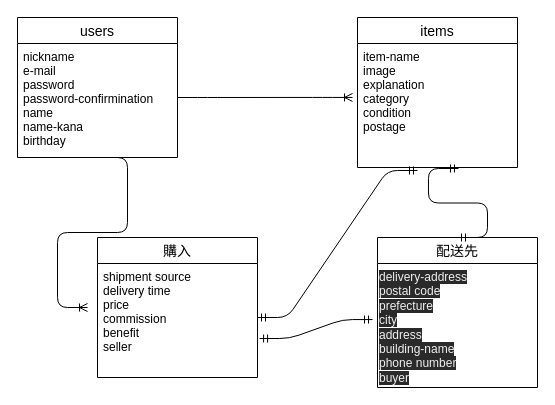
Before: er.dio in taku113/furima-37377, a draw.io diagram. Source tidied: cells renumbered, new cells numbered last; positions are measured from the earlier drawing's top-left corner, leaving out a move shared by most shapes. Both pictures are drawn from the tidied source at 100%, with x=0, y=0 at pixel (17, 17).
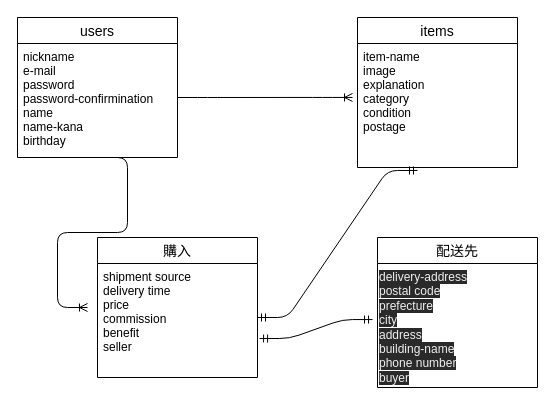
The same page after the edit.

Change to the diagram source:
```diff
@@
 <mxGraphModel>
   <root>
     <mxCell id="0" />
     <mxCell id="1" parent="0" />
     <mxCell id="2" value="users" style="swimlane;fontStyle=0;horizontal=1;startSize=26;align=center;fontSize=14;" parent="1" vertex="1">
       <mxGeometry width="160" height="140" as="geometry" />
     </mxCell>
     <mxCell id="3" value="nickname&#10;e-mail&#10;password&#10;password-confirmination&#10;name&#10;name-kana&#10;birthday&#10;" style="text;strokeColor=none;fillColor=none;spacingLeft=4;spacingRight=4;overflow=hidden;points=[[0,0.5],[1,0.5]];portConstraint=eastwest;fontSize=12;" parent="2" vertex="1">
       <mxGeometry y="26" width="160" height="114" as="geometry" />
     </mxCell>
     <mxCell id="4" style="edgeStyle=entityRelationEdgeStyle;fontSize=12;html=1;endArrow=ERoneToMany;exitX=0.5;exitY=1;exitDx=0;exitDy=0;exitPerimeter=0;" parent="2" edge="1" source="3">
       <mxGeometry relative="1" as="geometry">
         <mxPoint x="70" y="290" as="targetPoint" />
       </mxGeometry>
     </mxCell>
     <mxCell id="5" value="items" style="swimlane;fontStyle=0;horizontal=1;startSize=26;align=center;fontSize=14;" parent="1" vertex="1">
       <mxGeometry x="340" width="160" height="150" as="geometry" />
     </mxCell>
     <mxCell id="6" value="item-name&#10;image&#10;explanation&#10;category&#10;condition&#10;postage&#10;" style="text;strokeColor=none;fillColor=none;spacingLeft=4;spacingRight=4;overflow=hidden;points=[[0,0.5],[1,0.5]];portConstraint=eastwest;fontSize=12;" parent="5" vertex="1">
       <mxGeometry y="26" width="160" height="124" as="geometry" />
     </mxCell>
     <mxCell id="7" value="購入" style="swimlane;fontStyle=0;horizontal=1;startSize=26;align=center;fontSize=14;" parent="1" vertex="1">
       <mxGeometry x="80" y="220" width="160" height="140" as="geometry" />
     </mxCell>
     <mxCell id="8" value="shipment source&#10;delivery time&#10;price&#10;commission&#10;benefit&#10;seller&#10;&#10;" style="text;strokeColor=none;fillColor=none;spacingLeft=4;spacingRight=4;overflow=hidden;points=[[0,0.5],[1,0.5]];portConstraint=eastwest;fontSize=12;" parent="7" vertex="1">
       <mxGeometry y="26" width="160" height="114" as="geometry" />
     </mxCell>
     <mxCell id="9" value="配送先" style="swimlane;fontStyle=0;horizontal=1;startSize=26;align=center;fontSize=14;" parent="1" vertex="1">
       <mxGeometry x="360" y="220" width="160" height="150" as="geometry" />
     </mxCell>
     <mxCell id="10" value="&lt;span style=&quot;color: rgb(240 , 240 , 240) ; font-family: &amp;#34;helvetica&amp;#34; ; font-size: 12px ; font-style: normal ; font-weight: 400 ; letter-spacing: normal ; text-align: left ; text-indent: 0px ; text-transform: none ; word-spacing: 0px ; background-color: rgb(42 , 42 , 42) ; display: inline ; float: none&quot;&gt;delivery-address&lt;/span&gt;&lt;br style=&quot;padding: 0px ; margin: 0px ; color: rgb(240 , 240 , 240) ; font-family: &amp;#34;helvetica&amp;#34; ; font-size: 12px ; font-style: normal ; font-weight: 400 ; letter-spacing: normal ; text-align: left ; text-indent: 0px ; text-transform: none ; word-spacing: 0px ; background-color: rgb(42 , 42 , 42)&quot;&gt;&lt;span style=&quot;color: rgb(240 , 240 , 240) ; font-family: &amp;#34;helvetica&amp;#34; ; font-size: 12px ; font-style: normal ; font-weight: 400 ; letter-spacing: normal ; text-align: left ; text-indent: 0px ; text-transform: none ; word-spacing: 0px ; background-color: rgb(42 , 42 , 42) ; display: inline ; float: none&quot;&gt;postal code&lt;/span&gt;&lt;br style=&quot;padding: 0px ; margin: 0px ; color: rgb(240 , 240 , 240) ; font-family: &amp;#34;helvetica&amp;#34; ; font-size: 12px ; font-style: normal ; font-weight: 400 ; letter-spacing: normal ; text-align: left ; text-indent: 0px ; text-transform: none ; word-spacing: 0px ; background-color: rgb(42 , 42 , 42)&quot;&gt;&lt;span style=&quot;color: rgb(240 , 240 , 240) ; font-family: &amp;#34;helvetica&amp;#34; ; font-size: 12px ; font-style: normal ; font-weight: 400 ; letter-spacing: normal ; text-align: left ; text-indent: 0px ; text-transform: none ; word-spacing: 0px ; background-color: rgb(42 , 42 , 42) ; display: inline ; float: none&quot;&gt;prefecture&lt;/span&gt;&lt;br style=&quot;padding: 0px ; margin: 0px ; color: rgb(240 , 240 , 240) ; font-family: &amp;#34;helvetica&amp;#34; ; font-size: 12px ; font-style: normal ; font-weight: 400 ; letter-spacing: normal ; text-align: left ; text-indent: 0px ; text-transform: none ; word-spacing: 0px ; background-color: rgb(42 , 42 , 42)&quot;&gt;&lt;span style=&quot;color: rgb(240 , 240 , 240) ; font-family: &amp;#34;helvetica&amp;#34; ; font-size: 12px ; font-style: normal ; font-weight: 400 ; letter-spacing: normal ; text-align: left ; text-indent: 0px ; text-transform: none ; word-spacing: 0px ; background-color: rgb(42 , 42 , 42) ; display: inline ; float: none&quot;&gt;city&lt;/span&gt;&lt;br style=&quot;padding: 0px ; margin: 0px ; color: rgb(240 , 240 , 240) ; font-family: &amp;#34;helvetica&amp;#34; ; font-size: 12px ; font-style: normal ; font-weight: 400 ; letter-spacing: normal ; text-align: left ; text-indent: 0px ; text-transform: none ; word-spacing: 0px ; background-color: rgb(42 , 42 , 42)&quot;&gt;&lt;span style=&quot;color: rgb(240 , 240 , 240) ; font-family: &amp;#34;helvetica&amp;#34; ; font-size: 12px ; font-style: normal ; font-weight: 400 ; letter-spacing: normal ; text-align: left ; text-indent: 0px ; text-transform: none ; word-spacing: 0px ; background-color: rgb(42 , 42 , 42) ; display: inline ; float: none&quot;&gt;address&lt;/span&gt;&lt;br style=&quot;padding: 0px ; margin: 0px ; color: rgb(240 , 240 , 240) ; font-family: &amp;#34;helvetica&amp;#34; ; font-size: 12px ; font-style: normal ; font-weight: 400 ; letter-spacing: normal ; text-align: left ; text-indent: 0px ; text-transform: none ; word-spacing: 0px ; background-color: rgb(42 , 42 , 42)&quot;&gt;&lt;span style=&quot;color: rgb(240 , 240 , 240) ; font-family: &amp;#34;helvetica&amp;#34; ; font-size: 12px ; font-style: normal ; font-weight: 400 ; letter-spacing: normal ; text-align: left ; text-indent: 0px ; text-transform: none ; word-spacing: 0px ; background-color: rgb(42 , 42 , 42) ; display: inline ; float: none&quot;&gt;building-name&lt;/span&gt;&lt;br style=&quot;padding: 0px ; margin: 0px ; color: rgb(240 , 240 , 240) ; font-family: &amp;#34;helvetica&amp;#34; ; font-size: 12px ; font-style: normal ; font-weight: 400 ; letter-spacing: normal ; text-align: left ; text-indent: 0px ; text-transform: none ; word-spacing: 0px ; background-color: rgb(42 , 42 , 42)&quot;&gt;&lt;span style=&quot;color: rgb(240 , 240 , 240) ; font-family: &amp;#34;helvetica&amp;#34; ; font-size: 12px ; font-style: normal ; font-weight: 400 ; letter-spacing: normal ; text-align: left ; text-indent: 0px ; text-transform: none ; word-spacing: 0px ; background-color: rgb(42 , 42 , 42) ; display: inline ; float: none&quot;&gt;phone number&lt;br&gt;buyer&lt;br&gt;&lt;/span&gt;" style="text;whiteSpace=wrap;html=1;" parent="9" vertex="1">
       <mxGeometry y="26" width="160" height="124" as="geometry" />
     </mxCell>
     <mxCell id="11" style="edgeStyle=entityRelationEdgeStyle;fontSize=12;html=1;endArrow=ERoneToMany;entryX=-0.031;entryY=0.435;entryDx=0;entryDy=0;entryPerimeter=0;" parent="1" edge="1" target="6">
       <mxGeometry relative="1" as="geometry">
         <mxPoint x="160" y="80" as="sourcePoint" />
       </mxGeometry>
     </mxCell>
     <mxCell id="12" style="edgeStyle=entityRelationEdgeStyle;fontSize=12;html=1;endArrow=ERmandOne;startArrow=ERmandOne;entryX=0.375;entryY=1.024;entryDx=0;entryDy=0;entryPerimeter=0;" parent="1" edge="1" target="6">
       <mxGeometry relative="1" as="geometry">
         <mxPoint x="240" y="300" as="sourcePoint" />
       </mxGeometry>
     </mxCell>
-    <mxCell id="13" style="edgeStyle=entityRelationEdgeStyle;fontSize=12;html=1;endArrow=ERmandOne;startArrow=ERmandOne;entryX=0.631;entryY=1.008;entryDx=0;entryDy=0;entryPerimeter=0;exitX=0.5;exitY=0;exitDx=0;exitDy=0;" parent="1" edge="1" source="9" target="6">
-      <mxGeometry relative="1" as="geometry" />
-    </mxCell>
     <mxCell id="14" style="edgeStyle=entityRelationEdgeStyle;fontSize=12;html=1;endArrow=ERmandOne;startArrow=ERmandOne;entryX=-0.031;entryY=0.452;entryDx=0;entryDy=0;entryPerimeter=0;exitX=1.013;exitY=0.658;exitDx=0;exitDy=0;exitPerimeter=0;" parent="1" edge="1" source="8" target="10">
       <mxGeometry relative="1" as="geometry" />
     </mxCell>
   </root>
 </mxGraphModel>
```
